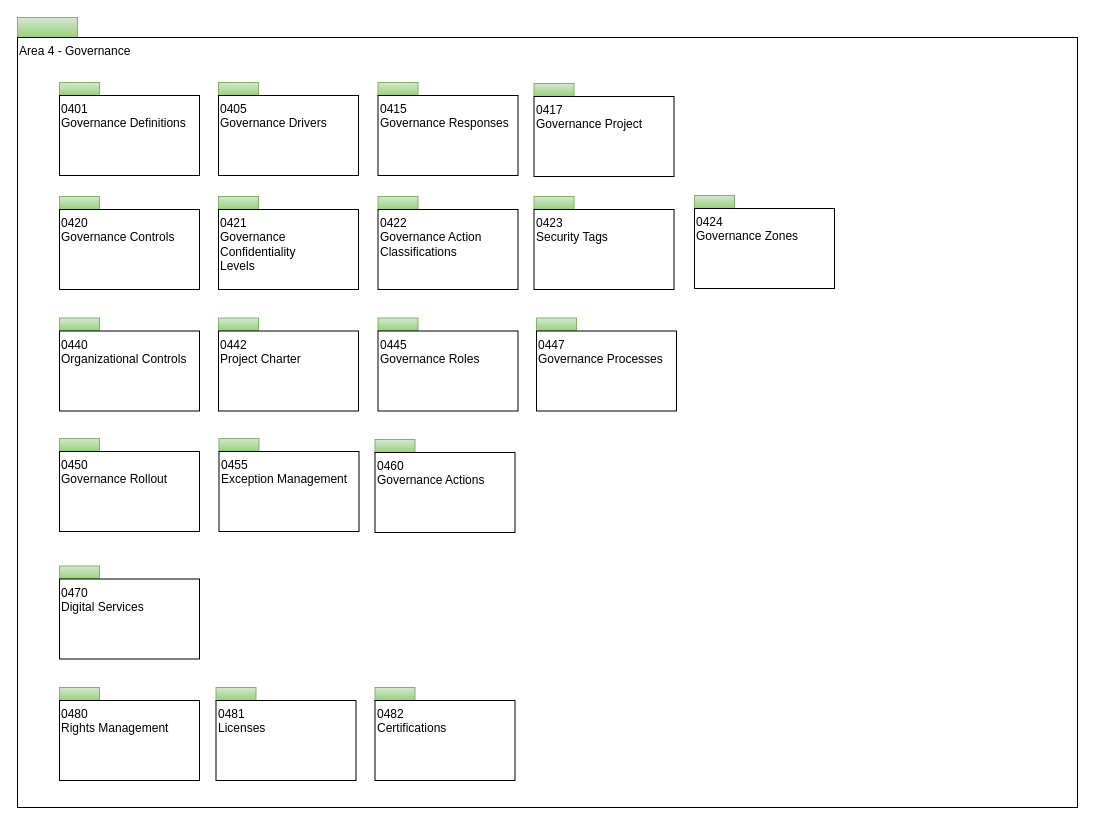
Above: page "area-4-governance-overview" (1 of 9) of open-metadata-publication/website/open-metadata-types/area-4-governance.drawio in planetf1/egeria (draw.io), before the change. Source tidied: cells renumbered, new cells numbered last; positions are measured from the earlier drawing's top-left corner, leaving out a move shared by most shapes. Both pictures are drawn from the tidied source at 100%, with x=0, y=0 at pixel (17, 17).
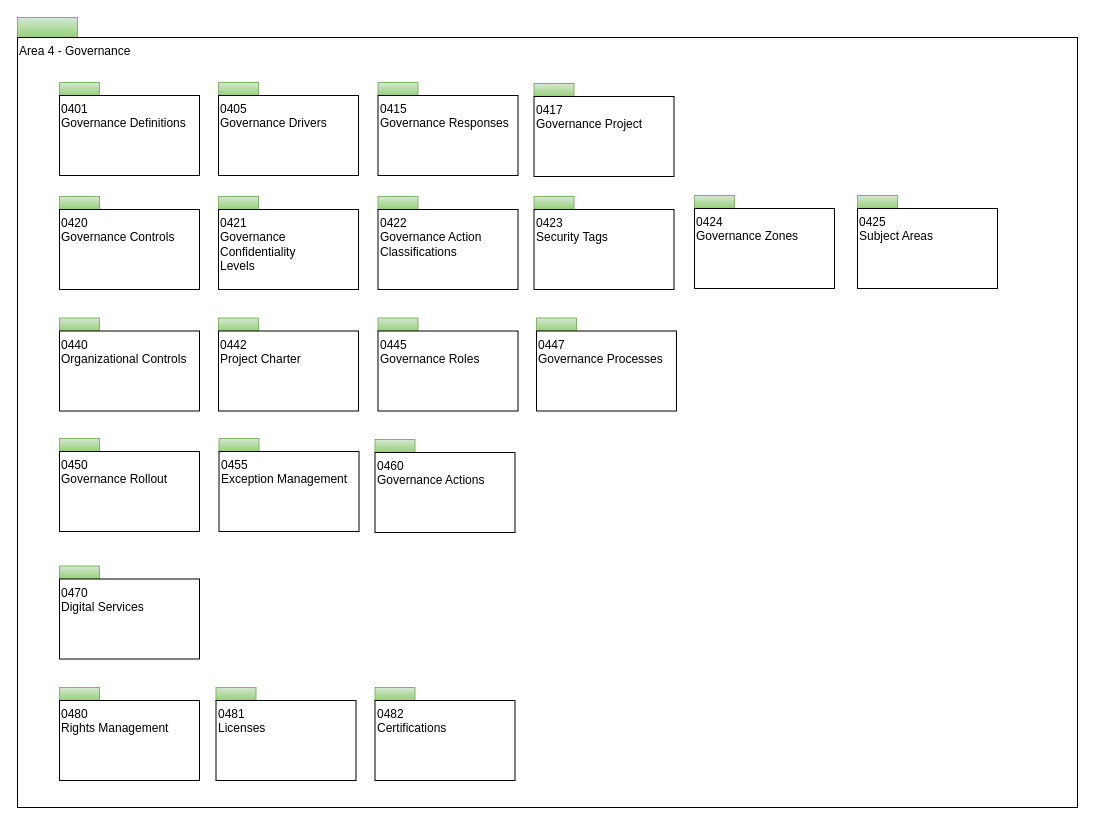
After the change.

Diff of the diagram source:
```diff
@@
+    <mxCell id="44" style="rounded=0;whiteSpace=wrap;html=1;align=left;fillColor=#d5e8d4;strokeColor=#82b366;gradientColor=#97d077;" parent="1" vertex="1">
+      <mxGeometry x="840" y="178" width="40" height="13" as="geometry" />
+    </mxCell>
+    <mxCell id="45" value="0425&lt;br&gt;Subject Areas" style="rounded=0;whiteSpace=wrap;html=1;align=left;verticalAlign=top;" parent="1" vertex="1">
+      <mxGeometry x="840" y="191" width="140" height="80" as="geometry" />
+    </mxCell>
```
